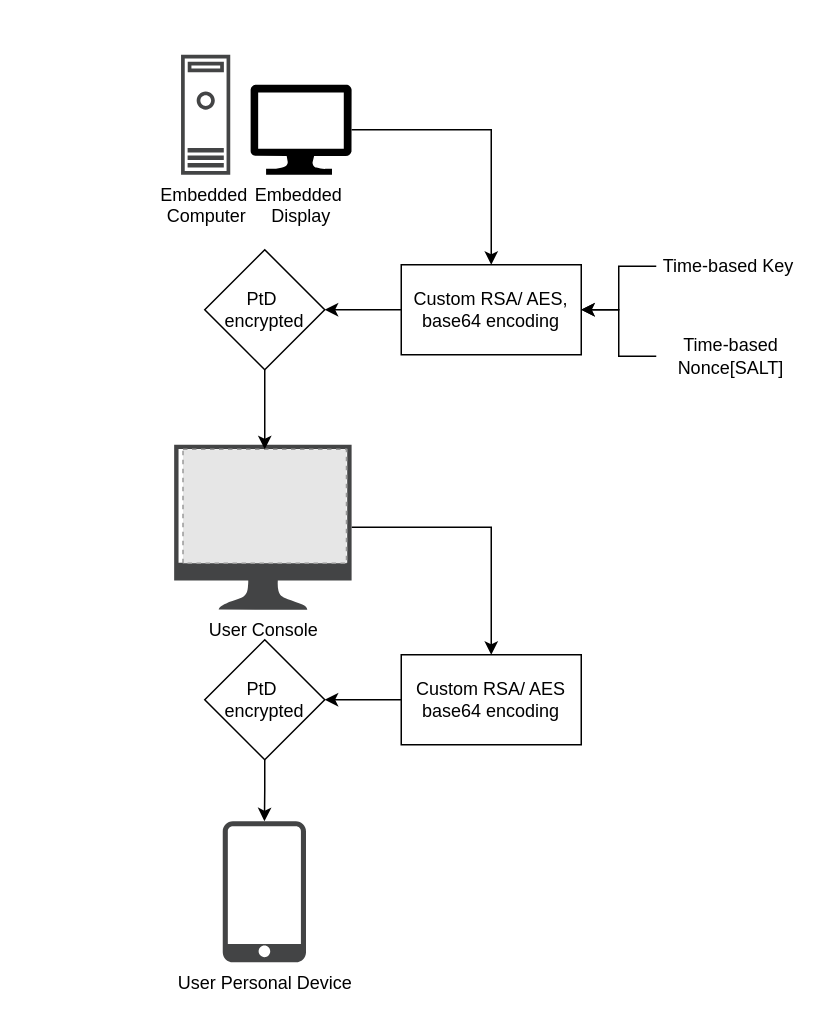
Before: page "Page-6" (6 of 6) of ConvMed-V01-DataFlow.drawio in PJPDQ/Engineering-Workflows, a draw.io diagram. Source tidied: cells renumbered, new cells numbered last; positions are measured from the earlier drawing's top-left corner, leaving out a move shared by most shapes. Both pictures are drawn from the tidied source at 150%, with x=0, y=0 at pixel (174, 54). Pictures stored in the file or linked from it are replaced by grey dashed boxes.
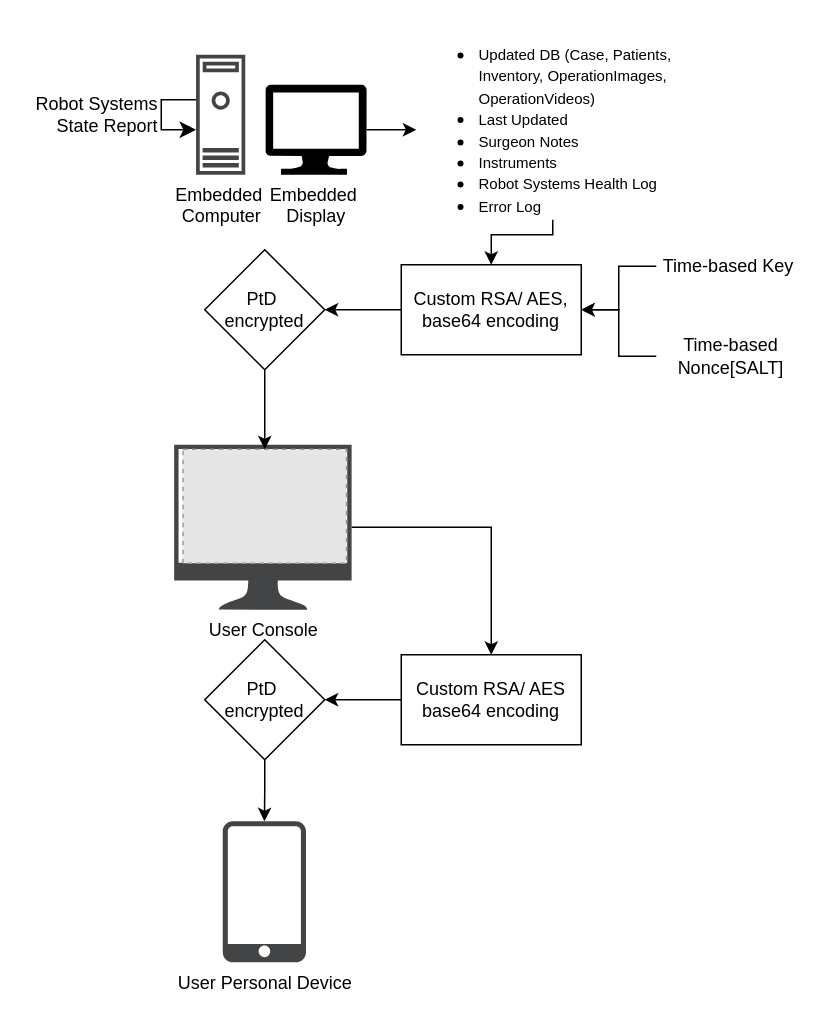
The same diagram, later.

The change refers to these unchanged cells:
```xml
<mxCell id="10" value="Custom RSA/ AES,&lt;div&gt;base64 encoding&lt;/div&gt;" style="rounded=0;whiteSpace=wrap;html=1;" parent="1" vertex="1">
  <mxGeometry x="151" y="140" width="120" height="60" as="geometry" />
</mxCell>
```

The edit, as a diff of the source:
```diff
@@
     <mxCell id="2" value="Embedded&amp;nbsp;&lt;div&gt;Computer&lt;/div&gt;" style="sketch=0;shadow=0;dashed=0;html=1;strokeColor=none;fillColor=#434445;labelPosition=center;verticalLabelPosition=bottom;verticalAlign=top;align=center;outlineConnect=0;shape=mxgraph.vvd.machine;" parent="1" vertex="1">
-      <mxGeometry x="4.2" width="32.8" height="80" as="geometry" />
+      <mxGeometry x="14.2" width="32.8" height="80" as="geometry" />
     </mxCell>
-    <mxCell id="3" style="edgeStyle=orthogonalEdgeStyle;rounded=0;jettySize=auto;html=1;" parent="1" edge="1" source="4" target="10">
-      <mxGeometry relative="1" as="geometry" />
-    </mxCell>
+    <mxCell id="21" style="edgeStyle=orthogonalEdgeStyle;rounded=0;jettySize=auto;html=1;" parent="1" edge="1" source="4" target="25">
+      <mxGeometry relative="1" as="geometry" />
+    </mxCell>
     <mxCell id="4" value="Embedded&amp;nbsp;&lt;div&gt;Display&lt;/div&gt;" style="verticalLabelPosition=bottom;html=1;verticalAlign=top;align=center;strokeColor=none;fillColor=#000000;shape=mxgraph.azure.computer;" parent="1" vertex="1">
-      <mxGeometry x="50.5" y="20" width="67.4" height="60" as="geometry" />
+      <mxGeometry x="60.5" y="20" width="67.4" height="60" as="geometry" />
     </mxCell>
@@
+    <mxCell id="22" style="edgeStyle=elbowEdgeStyle;elbow=vertical;endArrow=classic;html=1;curved=0;rounded=0;endSize=8;startSize=8;" parent="1" edge="1" source="2" target="2">
+      <mxGeometry relative="1" as="geometry">
+        <Array as="points">
+          <mxPoint x="-9" y="40" />
+        </Array>
+      </mxGeometry>
+    </mxCell>
+    <mxCell id="23" value="Robot Systems State Report" style="text;html=1;align=right;verticalAlign=middle;whiteSpace=wrap;rounded=0;" parent="1" vertex="1">
+      <mxGeometry x="-99" y="25" width="90" height="30" as="geometry" />
+    </mxCell>
+    <mxCell id="24" style="edgeStyle=orthogonalEdgeStyle;rounded=0;jettySize=auto;html=1;" parent="1" edge="1" source="25" target="10">
+      <mxGeometry relative="1" as="geometry">
+        <Array as="points">
+          <mxPoint x="252" y="120" />
+          <mxPoint x="211" y="120" />
+        </Array>
+      </mxGeometry>
+    </mxCell>
+    <mxCell id="25" value="&lt;ul&gt;&lt;li&gt;&lt;font style=&quot;font-size: 10px;&quot;&gt;Updated DB (Case, Patients, Inventory, OperationImages, OperationVideos)&lt;/font&gt;&lt;/li&gt;&lt;li&gt;&lt;font style=&quot;font-size: 10px;&quot;&gt;Last Updated&lt;/font&gt;&lt;/li&gt;&lt;li&gt;&lt;font style=&quot;font-size: 10px;&quot;&gt;Surgeon Notes&lt;/font&gt;&lt;/li&gt;&lt;li&gt;&lt;font style=&quot;font-size: 10px;&quot;&gt;Instruments&lt;/font&gt;&lt;/li&gt;&lt;li&gt;&lt;font style=&quot;font-size: 10px;&quot;&gt;Robot Systems Health Log&lt;/font&gt;&lt;/li&gt;&lt;li&gt;&lt;font style=&quot;font-size: 10px;&quot;&gt;Error Log&lt;/font&gt;&lt;/li&gt;&lt;/ul&gt;" style="text;html=1;align=left;verticalAlign=middle;whiteSpace=wrap;rounded=0;" parent="1" vertex="1">
+      <mxGeometry x="161" y="-10" width="182" height="120" as="geometry" />
+    </mxCell>
```
